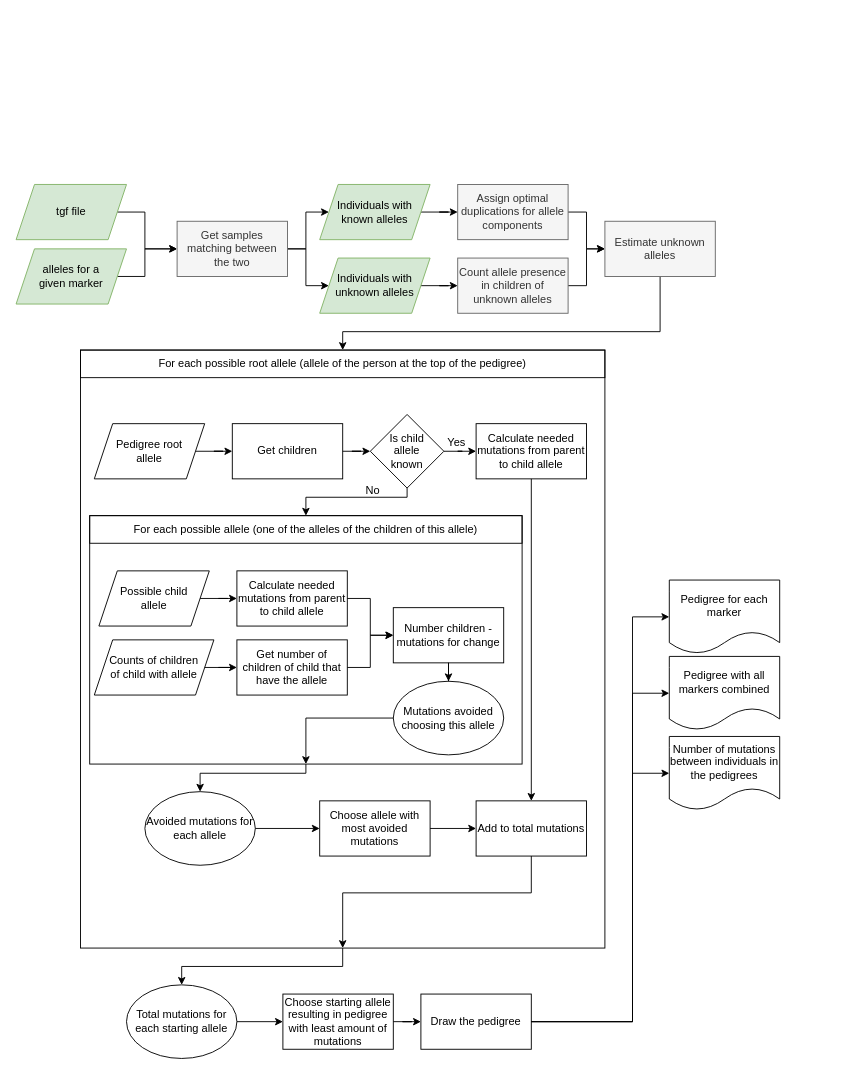
The draw.io diagram diagrams/infer_pedigree_mutations.drawio in genid/MalePedigreeToolbox, before the edit. Source tidied: cells renumbered, new cells numbered last; positions are measured from the earlier drawing's top-left corner, leaving out a move shared by most shapes. Both pictures are drawn from the tidied source at 92%, with x=0, y=0 at pixel (16, 184).
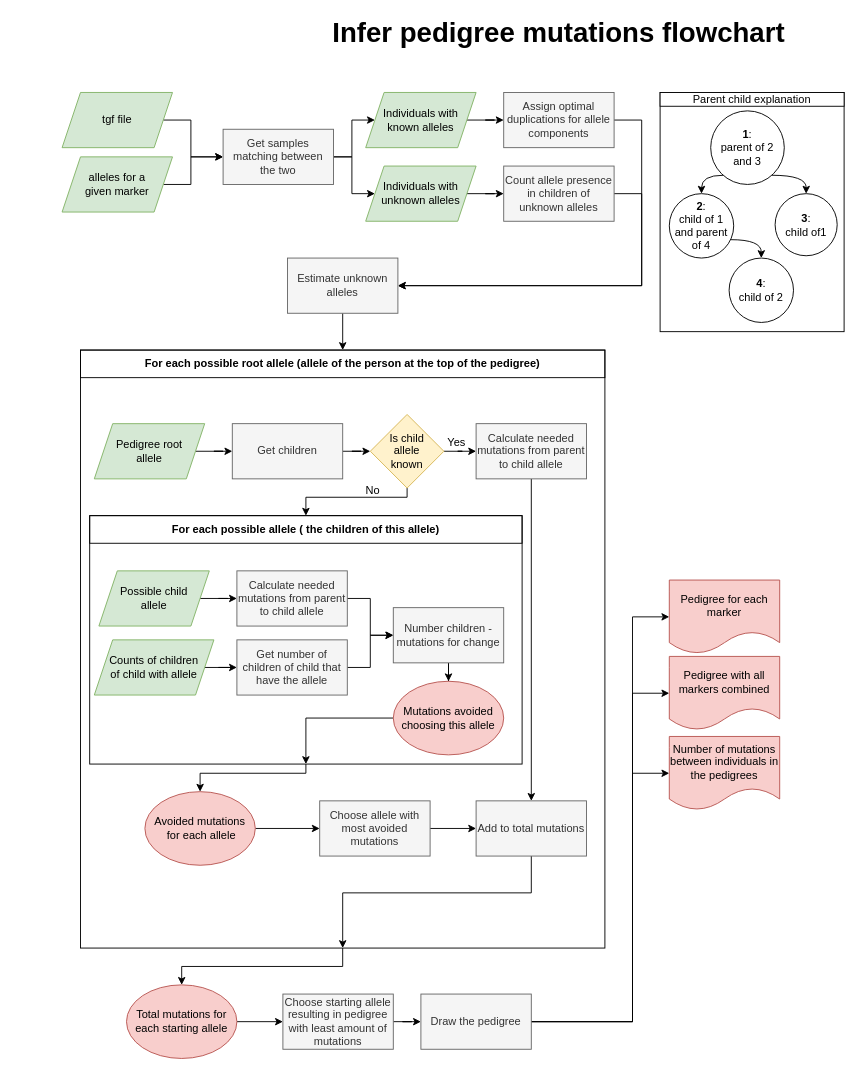
Above is the later version.

Commit message (it also covers changes not shown here):
improved and added diagrams for mutation_diff and infer_pedigree_mutations

What changed in the source:
```diff
@@
     <mxCell id="4" style="edgeStyle=orthogonalEdgeStyle;rounded=0;jettySize=auto;html=1;entryX=0;entryY=0.5;entryDx=0;entryDy=0;" parent="1" edge="1" source="5" target="10">
       <mxGeometry relative="1" as="geometry">
         <Array as="points">
-          <mxPoint x="140" y="30" />
-          <mxPoint x="140" y="70" />
+          <mxPoint x="190" y="-70" />
+          <mxPoint x="190" y="-30" />
         </Array>
       </mxGeometry>
     </mxCell>
     <mxCell id="5" value="tgf file" style="shape=parallelogram;perimeter=parallelogramPerimeter;whiteSpace=wrap;html=1;fixedSize=1;fillColor=#d5e8d4;strokeColor=#82b366;" parent="1" vertex="1">
-      <mxGeometry width="120" height="60" as="geometry" />
+      <mxGeometry x="50" y="-100" width="120" height="60" as="geometry" />
     </mxCell>
     <mxCell id="6" style="edgeStyle=orthogonalEdgeStyle;rounded=0;jettySize=auto;html=1;entryX=0;entryY=0.5;entryDx=0;entryDy=0;" parent="1" edge="1" source="7" target="10">
       <mxGeometry relative="1" as="geometry">
         <Array as="points">
-          <mxPoint x="140" y="100" />
-          <mxPoint x="140" y="70" />
+          <mxPoint x="190" />
+          <mxPoint x="190" y="-30" />
         </Array>
       </mxGeometry>
     </mxCell>
     <mxCell id="7" value="alleles for a &lt;br&gt;given marker" style="shape=parallelogram;perimeter=parallelogramPerimeter;whiteSpace=wrap;html=1;fixedSize=1;fillColor=#d5e8d4;strokeColor=#82b366;" parent="1" vertex="1">
-      <mxGeometry y="70" width="120" height="60" as="geometry" />
+      <mxGeometry x="50" y="-30" width="120" height="60" as="geometry" />
     </mxCell>
@@
     <mxCell id="10" value="Get samples matching between &lt;br&gt;the two" style="rounded=0;whiteSpace=wrap;html=1;fillColor=#f5f5f5;strokeColor=#666666;fontColor=#333333;" parent="1" vertex="1">
-      <mxGeometry x="175" y="40" width="120" height="60" as="geometry" />
+      <mxGeometry x="225" y="-60" width="120" height="60" as="geometry" />
     </mxCell>
@@
-    <mxCell id="12" value="Pedigree root &lt;br&gt;allele" style="shape=parallelogram;perimeter=parallelogramPerimeter;whiteSpace=wrap;html=1;fixedSize=1;" parent="1" vertex="1">
+    <mxCell id="12" value="Pedigree root &lt;br&gt;allele" style="shape=parallelogram;perimeter=parallelogramPerimeter;whiteSpace=wrap;html=1;fixedSize=1;fillColor=#d5e8d4;strokeColor=#82b366;" parent="1" vertex="1">
       <mxGeometry x="85" y="260" width="120" height="60" as="geometry" />
     </mxCell>
@@
     <mxCell id="14" value="Individuals with known alleles" style="shape=parallelogram;perimeter=parallelogramPerimeter;whiteSpace=wrap;html=1;fixedSize=1;fillColor=#d5e8d4;strokeColor=#82b366;" parent="1" vertex="1">
-      <mxGeometry x="330" width="120" height="60" as="geometry" />
+      <mxGeometry x="380" y="-100" width="120" height="60" as="geometry" />
     </mxCell>
@@
     <mxCell id="16" value="Individuals with unknown alleles" style="shape=parallelogram;perimeter=parallelogramPerimeter;whiteSpace=wrap;html=1;fixedSize=1;fillColor=#d5e8d4;strokeColor=#82b366;" parent="1" vertex="1">
-      <mxGeometry x="330" y="80" width="120" height="60" as="geometry" />
+      <mxGeometry x="380" y="-20" width="120" height="60" as="geometry" />
     </mxCell>
-    <mxCell id="17" style="edgeStyle=orthogonalEdgeStyle;rounded=0;jettySize=auto;html=1;" parent="1" edge="1" source="18" target="22">
-      <mxGeometry relative="1" as="geometry" />
+    <mxCell id="17" style="edgeStyle=orthogonalEdgeStyle;rounded=0;jettySize=auto;html=1;entryX=1;entryY=0.5;entryDx=0;entryDy=0;" parent="1" edge="1" source="18" target="22">
+      <mxGeometry relative="1" as="geometry">
+        <Array as="points">
+          <mxPoint x="680" y="-70" />
+          <mxPoint x="680" y="110" />
+        </Array>
+      </mxGeometry>
     </mxCell>
     <mxCell id="18" value="Assign optimal duplications for allele components" style="rounded=0;whiteSpace=wrap;html=1;fillColor=#f5f5f5;fontColor=#333333;strokeColor=#666666;" parent="1" vertex="1">
-      <mxGeometry x="480" width="120" height="60" as="geometry" />
+      <mxGeometry x="530" y="-100" width="120" height="60" as="geometry" />
     </mxCell>
-    <mxCell id="19" style="edgeStyle=orthogonalEdgeStyle;rounded=0;jettySize=auto;html=1;entryX=0;entryY=0.5;entryDx=0;entryDy=0;" parent="1" edge="1" source="20" target="22">
-      <mxGeometry relative="1" as="geometry" />
+    <mxCell id="19" style="edgeStyle=orthogonalEdgeStyle;rounded=0;jettySize=auto;html=1;entryX=1;entryY=0.5;entryDx=0;entryDy=0;" parent="1" edge="1" source="20" target="22">
+      <mxGeometry relative="1" as="geometry">
+        <Array as="points">
+          <mxPoint x="680" y="10" />
+          <mxPoint x="680" y="110" />
+        </Array>
+      </mxGeometry>
     </mxCell>
     <mxCell id="20" value="Count allele presence in children of unknown alleles" style="rounded=0;whiteSpace=wrap;html=1;fillColor=#f5f5f5;fontColor=#333333;strokeColor=#666666;" parent="1" vertex="1">
-      <mxGeometry x="480" y="80" width="120" height="60" as="geometry" />
+      <mxGeometry x="530" y="-20" width="120" height="60" as="geometry" />
     </mxCell>
     <mxCell id="21" style="edgeStyle=orthogonalEdgeStyle;rounded=0;jettySize=auto;html=1;entryX=0.5;entryY=0;entryDx=0;entryDy=0;" parent="1" edge="1" source="22" target="23">
-      <mxGeometry relative="1" as="geometry">
-        <Array as="points">
-          <mxPoint x="700" y="160" />
-          <mxPoint x="355" y="160" />
-        </Array>
-      </mxGeometry>
+      <mxGeometry relative="1" as="geometry" />
     </mxCell>
     <mxCell id="22" value="Estimate unknown alleles" style="rounded=0;whiteSpace=wrap;html=1;fillColor=#f5f5f5;fontColor=#333333;strokeColor=#666666;" parent="1" vertex="1">
-      <mxGeometry x="640" y="40" width="120" height="60" as="geometry" />
+      <mxGeometry x="295" y="80" width="120" height="60" as="geometry" />
     </mxCell>
-    <mxCell id="23" value="For each possible root allele (allele of the person at the top of the pedigree)" style="rounded=0;whiteSpace=wrap;html=1;fillColor=none;" parent="1" vertex="1">
+    <mxCell id="23" value="&lt;b&gt;For each possible root allele (allele of the person at the top of the pedigree)&lt;/b&gt;" style="rounded=0;whiteSpace=wrap;html=1;fillColor=none;" parent="1" vertex="1">
       <mxGeometry x="70" y="180" width="570" height="30" as="geometry" />
     </mxCell>
@@
-    <mxCell id="25" value="Get children" style="rounded=0;whiteSpace=wrap;html=1;fillColor=none;" parent="1" vertex="1">
+    <mxCell id="25" value="Get children" style="rounded=0;whiteSpace=wrap;html=1;fillColor=#f5f5f5;fontColor=#333333;strokeColor=#666666;" parent="1" vertex="1">
       <mxGeometry x="235" y="260" width="120" height="60" as="geometry" />
     </mxCell>
@@
-    <mxCell id="29" value="Possible child &lt;br&gt;allele" style="shape=parallelogram;perimeter=parallelogramPerimeter;whiteSpace=wrap;html=1;fixedSize=1;fillColor=none;" parent="1" vertex="1">
+    <mxCell id="29" value="Possible child &lt;br&gt;allele" style="shape=parallelogram;perimeter=parallelogramPerimeter;whiteSpace=wrap;html=1;fixedSize=1;fillColor=#d5e8d4;strokeColor=#82b366;" parent="1" vertex="1">
       <mxGeometry x="90" y="420" width="120" height="60" as="geometry" />
     </mxCell>
@@
-    <mxCell id="32" value="Is child &lt;br&gt;allele &lt;br&gt;known" style="rhombus;whiteSpace=wrap;html=1;fillColor=none;" parent="1" vertex="1">
+    <mxCell id="32" value="Is child &lt;br&gt;allele &lt;br&gt;known" style="rhombus;whiteSpace=wrap;html=1;fillColor=#fff2cc;strokeColor=#d6b656;" parent="1" vertex="1">
       <mxGeometry x="385" y="250" width="80" height="80" as="geometry" />
     </mxCell>
@@
-    <mxCell id="34" value="Calculate needed mutations from parent to child allele" style="whiteSpace=wrap;html=1;fillColor=none;" parent="1" vertex="1">
+    <mxCell id="34" value="Calculate needed mutations from parent to child allele" style="whiteSpace=wrap;html=1;fillColor=#f5f5f5;fontColor=#333333;strokeColor=#666666;" parent="1" vertex="1">
       <mxGeometry x="240" y="420" width="120" height="60" as="geometry" />
     </mxCell>
@@
-    <mxCell id="36" value="Get number of children of child that have the allele" style="rounded=0;whiteSpace=wrap;html=1;fillColor=none;" parent="1" vertex="1">
+    <mxCell id="36" value="Get number of children of child that have the allele" style="rounded=0;whiteSpace=wrap;html=1;fillColor=#f5f5f5;fontColor=#333333;strokeColor=#666666;" parent="1" vertex="1">
       <mxGeometry x="240" y="495" width="120" height="60" as="geometry" />
     </mxCell>
@@
-    <mxCell id="38" value="Counts of children &lt;br&gt;of child with allele" style="shape=parallelogram;perimeter=parallelogramPerimeter;whiteSpace=wrap;html=1;fixedSize=1;fillColor=none;" parent="1" vertex="1">
+    <mxCell id="38" value="Counts of children &lt;br&gt;of child with allele" style="shape=parallelogram;perimeter=parallelogramPerimeter;whiteSpace=wrap;html=1;fixedSize=1;fillColor=#d5e8d4;strokeColor=#82b366;" parent="1" vertex="1">
       <mxGeometry x="85" y="495" width="130" height="60" as="geometry" />
     </mxCell>
@@
-    <mxCell id="40" value="Number children - mutations for change" style="rounded=0;whiteSpace=wrap;html=1;fillColor=none;" parent="1" vertex="1">
+    <mxCell id="40" value="Number children - mutations for change" style="rounded=0;whiteSpace=wrap;html=1;fillColor=#f5f5f5;fontColor=#333333;strokeColor=#666666;" parent="1" vertex="1">
       <mxGeometry x="410" y="460" width="120" height="60" as="geometry" />
     </mxCell>
@@
-    <mxCell id="42" value="Mutations avoided choosing this allele" style="ellipse;whiteSpace=wrap;html=1;fillColor=none;" parent="1" vertex="1">
+    <mxCell id="42" value="Mutations avoided choosing this allele" style="ellipse;whiteSpace=wrap;html=1;fillColor=#f8cecc;strokeColor=#b85450;" parent="1" vertex="1">
       <mxGeometry x="410" y="540" width="120" height="80" as="geometry" />
     </mxCell>
-    <mxCell id="43" value="For each possible allele (one of the alleles of the children of this allele)" style="rounded=0;whiteSpace=wrap;html=1;fillColor=none;" parent="1" vertex="1">
+    <mxCell id="43" value="&lt;b&gt;For each possible allele ( the children of this allele)&lt;/b&gt;" style="rounded=0;whiteSpace=wrap;html=1;fillColor=none;" parent="1" vertex="1">
       <mxGeometry x="80" y="360" width="470" height="30" as="geometry" />
     </mxCell>
@@
-    <mxCell id="45" value="Calculate needed mutations from parent to child allele" style="whiteSpace=wrap;html=1;fillColor=none;" parent="1" vertex="1">
+    <mxCell id="45" value="Calculate needed mutations from parent to child allele" style="whiteSpace=wrap;html=1;fillColor=#f5f5f5;fontColor=#333333;strokeColor=#666666;" parent="1" vertex="1">
       <mxGeometry x="500" y="260" width="120" height="60" as="geometry" />
     </mxCell>
@@
-    <mxCell id="47" value="Avoided mutations for each allele" style="ellipse;whiteSpace=wrap;html=1;fillColor=none;" parent="1" vertex="1">
+    <mxCell id="47" value="&lt;div&gt;Avoided mutations&lt;/div&gt;&lt;div&gt;&amp;nbsp;for each allele&lt;/div&gt;" style="ellipse;whiteSpace=wrap;html=1;fillColor=#f8cecc;strokeColor=#b85450;" parent="1" vertex="1">
       <mxGeometry x="140" y="660" width="120" height="80" as="geometry" />
     </mxCell>
@@
-    <mxCell id="49" value="Choose allele with most avoided mutations" style="rounded=0;whiteSpace=wrap;html=1;fillColor=none;" parent="1" vertex="1">
+    <mxCell id="49" value="Choose allele with most avoided mutations" style="rounded=0;whiteSpace=wrap;html=1;fillColor=#f5f5f5;fontColor=#333333;strokeColor=#666666;" parent="1" vertex="1">
       <mxGeometry x="330" y="670" width="120" height="60" as="geometry" />
     </mxCell>
@@
-    <mxCell id="51" value="Add to total mutations" style="rounded=0;whiteSpace=wrap;html=1;fillColor=none;" parent="1" vertex="1">
+    <mxCell id="51" value="Add to total mutations" style="rounded=0;whiteSpace=wrap;html=1;fillColor=#f5f5f5;fontColor=#333333;strokeColor=#666666;" parent="1" vertex="1">
       <mxGeometry x="500" y="670" width="120" height="60" as="geometry" />
     </mxCell>
@@
-    <mxCell id="55" value="Total mutations for each starting allele" style="ellipse;whiteSpace=wrap;html=1;fillColor=none;" parent="1" vertex="1">
+    <mxCell id="55" value="Total mutations for each starting allele" style="ellipse;whiteSpace=wrap;html=1;fillColor=#f8cecc;strokeColor=#b85450;" parent="1" vertex="1">
       <mxGeometry x="120" y="870" width="120" height="80" as="geometry" />
     </mxCell>
@@
-    <mxCell id="57" value="Choose starting allele resulting in pedigree with least amount of mutations" style="whiteSpace=wrap;html=1;fillColor=none;" parent="1" vertex="1">
+    <mxCell id="57" value="Choose starting allele resulting in pedigree with least amount of mutations" style="whiteSpace=wrap;html=1;fillColor=#f5f5f5;fontColor=#333333;strokeColor=#666666;" parent="1" vertex="1">
       <mxGeometry x="290" y="880" width="120" height="60" as="geometry" />
     </mxCell>
@@
-    <mxCell id="61" value="Draw the pedigree" style="rounded=0;whiteSpace=wrap;html=1;fillColor=none;" parent="1" vertex="1">
+    <mxCell id="61" value="Draw the pedigree" style="rounded=0;whiteSpace=wrap;html=1;fillColor=#f5f5f5;fontColor=#333333;strokeColor=#666666;" parent="1" vertex="1">
       <mxGeometry x="440" y="880" width="120" height="60" as="geometry" />
     </mxCell>
-    <mxCell id="62" value="Pedigree for each marker" style="shape=document;whiteSpace=wrap;html=1;boundedLbl=1;fillColor=none;" parent="1" vertex="1">
+    <mxCell id="62" value="Pedigree for each marker" style="shape=document;whiteSpace=wrap;html=1;boundedLbl=1;fillColor=#f8cecc;strokeColor=#b85450;" parent="1" vertex="1">
       <mxGeometry x="710" y="430" width="120" height="80" as="geometry" />
     </mxCell>
-    <mxCell id="63" value="Pedigree with all markers combined" style="shape=document;whiteSpace=wrap;html=1;boundedLbl=1;fillColor=none;" parent="1" vertex="1">
+    <mxCell id="63" value="Pedigree with all markers combined" style="shape=document;whiteSpace=wrap;html=1;boundedLbl=1;fillColor=#f8cecc;strokeColor=#b85450;" parent="1" vertex="1">
       <mxGeometry x="710" y="513" width="120" height="80" as="geometry" />
     </mxCell>
-    <mxCell id="64" value="Number of mutations between individuals in the pedigrees" style="shape=document;whiteSpace=wrap;html=1;boundedLbl=1;fillColor=none;" parent="1" vertex="1">
+    <mxCell id="64" value="Number of mutations between individuals in the pedigrees" style="shape=document;whiteSpace=wrap;html=1;boundedLbl=1;fillColor=#f8cecc;strokeColor=#b85450;" parent="1" vertex="1">
       <mxGeometry x="710" y="600" width="120" height="80" as="geometry" />
     </mxCell>
+    <mxCell id="65" style="rounded=0;whiteSpace=wrap;html=1;" parent="1" vertex="1">
+      <mxGeometry x="700" y="-100" width="200" height="260" as="geometry" />
+    </mxCell>
+    <mxCell id="66" value="Parent child explanation" style="rounded=0;whiteSpace=wrap;html=1;" parent="1" vertex="1">
+      <mxGeometry x="700" y="-100" width="200" height="15" as="geometry" />
+    </mxCell>
+    <mxCell id="67" style="edgeStyle=orthogonalEdgeStyle;curved=1;rounded=0;jettySize=auto;html=1;entryX=0.5;entryY=0;entryDx=0;entryDy=0;" parent="1" edge="1" source="69" target="71">
+      <mxGeometry relative="1" as="geometry">
+        <Array as="points">
+          <mxPoint x="830" y="-10" />
+          <mxPoint x="780" y="-10" />
+        </Array>
+      </mxGeometry>
+    </mxCell>
+    <mxCell id="68" style="edgeStyle=orthogonalEdgeStyle;curved=1;rounded=0;jettySize=auto;html=1;" parent="1" edge="1" source="69" target="72">
+      <mxGeometry relative="1" as="geometry">
+        <Array as="points">
+          <mxPoint x="859" y="-10" />
+        </Array>
+      </mxGeometry>
+    </mxCell>
+    <mxCell id="69" value="&lt;div&gt;&lt;b&gt;1&lt;/b&gt;:&lt;/div&gt;&lt;div&gt;parent of 2 and 3&lt;br&gt;&lt;/div&gt;" style="ellipse;whiteSpace=wrap;html=1;" parent="1" vertex="1">
+      <mxGeometry x="755" y="-80" width="80" height="80" as="geometry" />
+    </mxCell>
+    <mxCell id="70" style="edgeStyle=orthogonalEdgeStyle;curved=1;rounded=0;jettySize=auto;html=1;" parent="1" edge="1" source="71" target="73">
+      <mxGeometry relative="1" as="geometry">
+        <Array as="points">
+          <mxPoint x="810" y="60" />
+        </Array>
+      </mxGeometry>
+    </mxCell>
+    <mxCell id="71" value="&lt;div&gt;&lt;b&gt;2&lt;/b&gt;:&lt;/div&gt;&lt;div&gt;child of 1 and parent of 4&lt;br&gt;&lt;/div&gt;" style="ellipse;whiteSpace=wrap;html=1;" parent="1" vertex="1">
+      <mxGeometry x="710" y="10" width="70" height="70" as="geometry" />
+    </mxCell>
+    <mxCell id="72" value="&lt;div&gt;&lt;b&gt;3&lt;/b&gt;:&lt;/div&gt;&lt;div&gt;child of1 &lt;br&gt;&lt;/div&gt;" style="ellipse;whiteSpace=wrap;html=1;" parent="1" vertex="1">
+      <mxGeometry x="825" y="10" width="67.5" height="67.5" as="geometry" />
+    </mxCell>
+    <mxCell id="73" value="&lt;div&gt;&lt;b&gt;4&lt;/b&gt;:&lt;/div&gt;&lt;div&gt;child of 2&lt;br&gt;&lt;/div&gt;" style="ellipse;whiteSpace=wrap;html=1;" parent="1" vertex="1">
+      <mxGeometry x="775" y="80" width="70" height="70" as="geometry" />
+    </mxCell>
+    <mxCell id="74" value="&lt;font style=&quot;font-size: 30px;&quot;&gt;&lt;b&gt;Infer pedigree mutations flowchart&lt;/b&gt;&lt;/font&gt;" style="text;html=1;strokeColor=none;fillColor=none;align=center;verticalAlign=middle;whiteSpace=wrap;rounded=0;" parent="1" vertex="1">
+      <mxGeometry x="325" y="-180" width="530" height="30" as="geometry" />
+    </mxCell>
```
